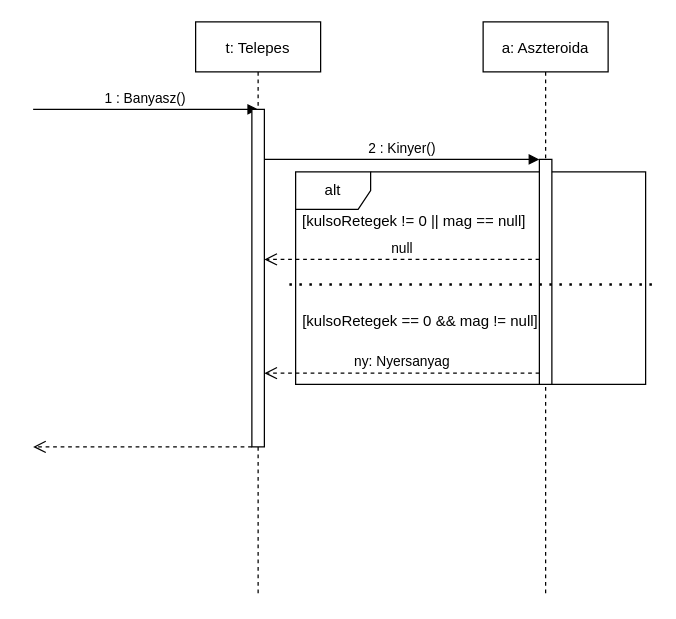
The draw.io diagram doc/uml/szekvencia_mine.drawio in torpeBoiGo/aszteroidabanyaszat, before the edit. Source tidied: cells renumbered, new cells numbered last; positions are measured from the earlier drawing's top-left corner, leaving out a move shared by most shapes. Both pictures are drawn from the tidied source at 125%, with x=0, y=0 at pixel (32, 21).
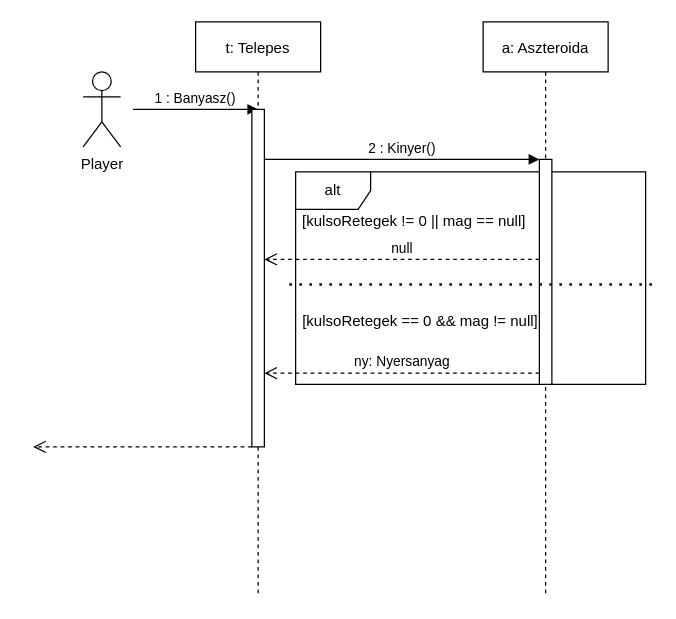
The same page after the edit.

Change to the diagram source:
```diff
@@
 <mxGraphModel>
   <root>
     <mxCell id="0" />
     <mxCell id="1" parent="0" />
     <mxCell id="2" value="alt" style="shape=umlFrame;whiteSpace=wrap;html=1;" parent="1" vertex="1">
       <mxGeometry x="210" y="120" width="280" height="170" as="geometry" />
     </mxCell>
     <mxCell id="3" value="t: Telepes" style="shape=umlLifeline;perimeter=lifelinePerimeter;rounded=0;shadow=0;strokeWidth=1;" parent="1" vertex="1">
       <mxGeometry x="130" width="100" height="460" as="geometry" />
     </mxCell>
     <mxCell id="4" value="1 : Banyasz()" style="verticalAlign=bottom;startArrow=none;endArrow=block;startSize=8;shadow=0;strokeWidth=1;startFill=0;" parent="3" edge="1">
       <mxGeometry relative="1" as="geometry">
-        <mxPoint x="-130" y="70" as="sourcePoint" />
+        <mxPoint x="-50" y="70" as="sourcePoint" />
         <mxPoint x="50" y="70" as="targetPoint" />
       </mxGeometry>
     </mxCell>
     <mxCell id="5" style="html=1;points=[];perimeter=orthogonalPerimeter;" parent="3" vertex="1">
       <mxGeometry x="45" y="70" width="10" height="270" as="geometry" />
     </mxCell>
     <mxCell id="6" value="[kulsoRetegek == 0 &amp;amp;&amp;amp; mag != null]" style="text;html=1;strokeColor=none;fillColor=none;align=center;verticalAlign=middle;whiteSpace=wrap;rounded=0;" parent="1" vertex="1">
       <mxGeometry x="210" y="210" width="200" height="60" as="geometry" />
     </mxCell>
     <mxCell id="7" value="a: Aszteroida" style="shape=umlLifeline;perimeter=lifelinePerimeter;rounded=0;shadow=0;strokeWidth=1;" parent="1" vertex="1">
       <mxGeometry x="360" width="100" height="460" as="geometry" />
     </mxCell>
     <mxCell id="8" style="html=1;points=[];perimeter=orthogonalPerimeter;" parent="7" vertex="1">
       <mxGeometry x="45" y="110" width="10" height="180" as="geometry" />
     </mxCell>
     <mxCell id="9" value="2 : Kinyer()" style="html=1;verticalAlign=bottom;endArrow=block;entryX=0;entryY=0;" parent="1" edge="1" source="5" target="8">
       <mxGeometry relative="1" as="geometry" />
     </mxCell>
     <mxCell id="10" value="ny: Nyersanyag" style="html=1;verticalAlign=bottom;endArrow=open;dashed=1;endSize=8;exitX=0;exitY=0.95;" parent="1" edge="1" source="8" target="5">
       <mxGeometry relative="1" as="geometry" />
     </mxCell>
     <mxCell id="11" style="html=1;verticalAlign=bottom;endArrow=open;dashed=1;endSize=8;" parent="1" edge="1" source="5">
       <mxGeometry relative="1" as="geometry">
         <mxPoint y="340" as="targetPoint" />
       </mxGeometry>
     </mxCell>
     <mxCell id="12" value="null" style="html=1;verticalAlign=bottom;endArrow=open;dashed=1;endSize=8;" parent="1" edge="1" source="8" target="5">
       <mxGeometry relative="1" as="geometry">
         <Array as="points">
           <mxPoint x="330" y="190" />
         </Array>
       </mxGeometry>
     </mxCell>
     <mxCell id="13" style="endArrow=none;dashed=1;html=1;dashPattern=1 3;strokeWidth=2;" parent="1" edge="1">
       <mxGeometry relative="1" as="geometry">
         <mxPoint x="205" y="210" as="sourcePoint" />
         <mxPoint x="495" y="210" as="targetPoint" />
       </mxGeometry>
     </mxCell>
     <mxCell id="14" value="[kulsoRetegek != 0 || mag == null]" style="text;html=1;strokeColor=none;fillColor=none;align=center;verticalAlign=middle;whiteSpace=wrap;rounded=0;" parent="1" vertex="1">
       <mxGeometry x="210" y="150" width="190" height="20" as="geometry" />
     </mxCell>
+    <mxCell id="15" value="Player" style="shape=umlActor;verticalLabelPosition=bottom;verticalAlign=top;html=1;" parent="1" vertex="1">
+      <mxGeometry x="40" y="40" width="30" height="60" as="geometry" />
+    </mxCell>
   </root>
 </mxGraphModel>
```
